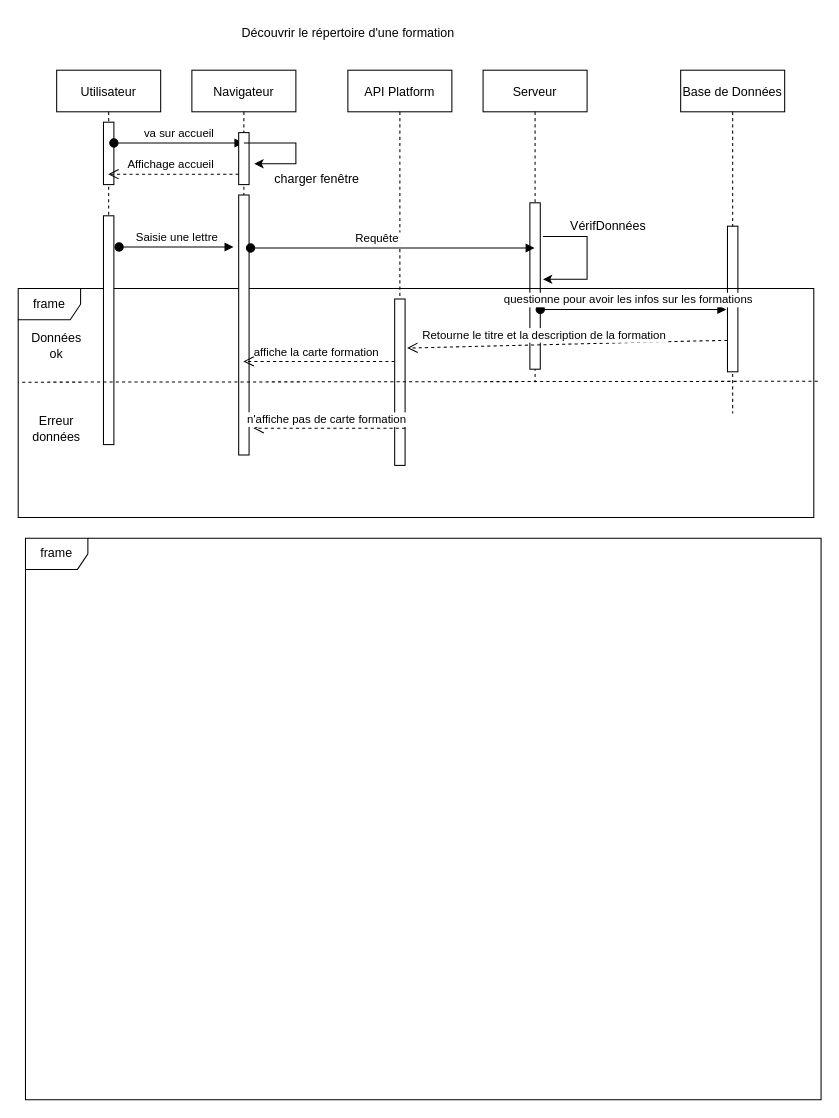
This is diagramme_uml/Sequence Diagram.drawio from cyrisa02/PlanetBody, a draw.io file, before an edit. Source tidied: cells renumbered, new cells numbered last; positions are measured from the earlier drawing's top-left corner, leaving out a move shared by most shapes. Both pictures are drawn from the tidied source at 104%, with x=0, y=0 at pixel (18, 18).
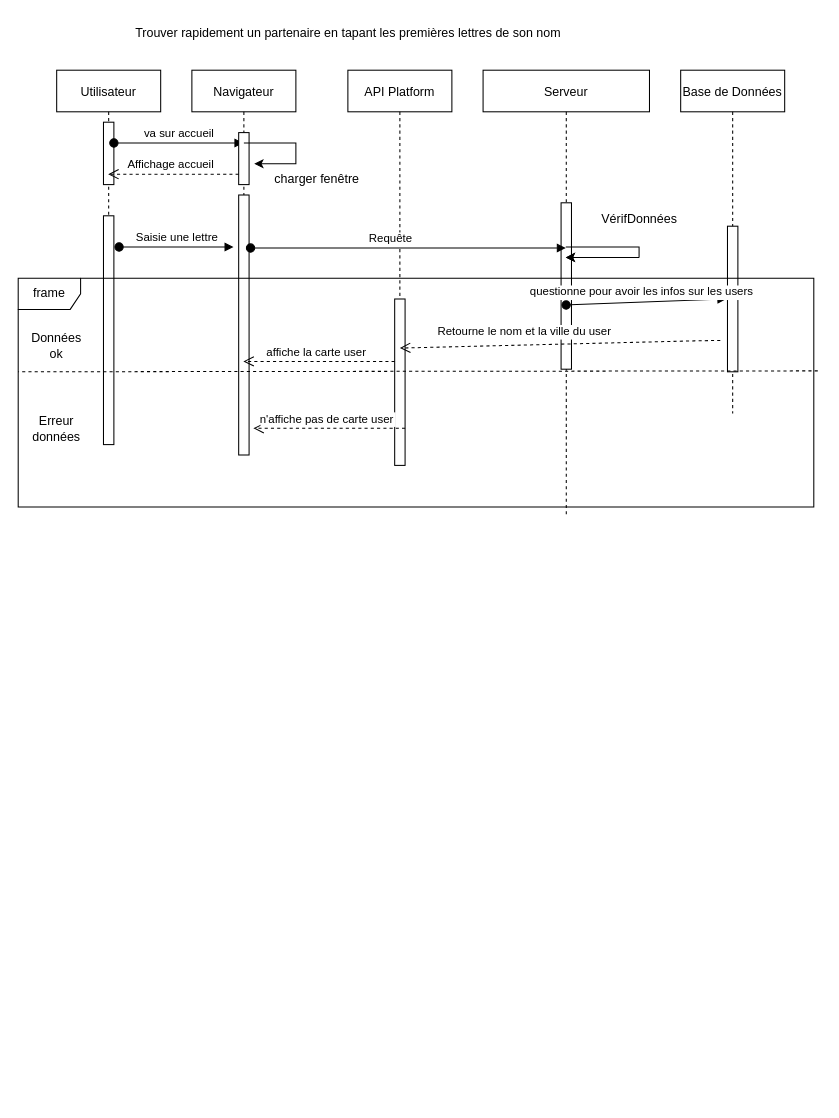
After the change.

Commit message:
Mettre à jour Sequence Diagram.drawio

Unchanged cells that the change refers to:
```xml
<mxCell id="6" value="Base de Données" style="shape=umlLifeline;perimeter=lifelinePerimeter;rounded=0;shadow=0;strokeWidth=1;" parent="1" vertex="1">
  <mxGeometry x="637" y="50" width="100" height="330" as="geometry" />
</mxCell>
<mxCell id="15" value="Navigateur" style="shape=umlLifeline;perimeter=lifelinePerimeter;rounded=0;shadow=0;strokeWidth=1;" parent="1" vertex="1">
  <mxGeometry x="167" y="50" width="100" height="370" as="geometry" />
</mxCell>
<mxCell id="23" style="points=[];perimeter=orthogonalPerimeter;rounded=0;shadow=0;strokeWidth=1;" parent="22" vertex="1">
  <mxGeometry x="45" y="220" width="10" height="160" as="geometry" />
</mxCell>
```

Change to the diagram source:
```diff
@@
-    <mxCell id="2" value="frame" style="shape=umlFrame;whiteSpace=wrap;html=1;" parent="1" vertex="1">
-      <mxGeometry x="7" y="500" width="765" height="540" as="geometry" />
-    </mxCell>
     <mxCell id="3" value="Serveur" style="shape=umlLifeline;perimeter=lifelinePerimeter;rounded=0;shadow=0;strokeWidth=1;" parent="1" vertex="1">
-      <mxGeometry x="447" y="50" width="100" height="300" as="geometry" />
+      <mxGeometry x="447" y="50" width="160" height="430" as="geometry" />
     </mxCell>
     <mxCell id="4" style="points=[];perimeter=orthogonalPerimeter;rounded=0;shadow=0;strokeWidth=1;" parent="3" vertex="1">
-      <mxGeometry x="45" y="127.5" width="10" height="160" as="geometry" />
+      <mxGeometry x="75" y="127.5" width="10" height="160" as="geometry" />
     </mxCell>
-    <mxCell id="5" style="endArrow=classic;html=1;rounded=0;endFill=1;exitX=1.253;exitY=0.202;exitDx=0;exitDy=0;exitPerimeter=0;entryX=1.253;entryY=0.46;entryDx=0;entryDy=0;entryPerimeter=0;" parent="3" edge="1" source="4" target="4">
-      <mxGeometry relative="1" as="geometry">
-        <Array as="points">
-          <mxPoint x="100" y="160" />
-          <mxPoint x="100" y="201" />
-        </Array>
-      </mxGeometry>
-    </mxCell>
+    <mxCell id="26" value="VérifDonnées" style="text;html=1;align=center;verticalAlign=middle;strokeColor=none;fillColor=none;" parent="3" vertex="1">
+      <mxGeometry x="100" y="127.5" width="100" height="30" as="geometry" />
+    </mxCell>
@@
-    <mxCell id="8" value="questionne pour avoir les infos sur les formations" style="verticalAlign=bottom;startArrow=oval;endArrow=block;startSize=8;shadow=0;strokeWidth=1;exitX=1.211;exitY=0.533;exitDx=0;exitDy=0;exitPerimeter=0;entryX=0.89;entryY=0.091;entryDx=0;entryDy=0;entryPerimeter=0;" parent="6" edge="1" target="10">
-      <mxGeometry x="-0.05" y="1" relative="1" as="geometry">
-        <mxPoint x="-135" y="230" as="sourcePoint" />
-      </mxGeometry>
-    </mxCell>
-    <mxCell id="9" value="Retourne le titre et la description de la formation" style="verticalAlign=bottom;endArrow=open;dashed=1;endSize=8;exitX=0;exitY=0.95;shadow=0;strokeWidth=1;entryX=1.194;entryY=0.295;entryDx=0;entryDy=0;entryPerimeter=0;" parent="6" edge="1" target="23">
-      <mxGeometry x="0.14" relative="1" as="geometry">
-        <mxPoint x="45" y="260" as="sourcePoint" />
-        <Array as="points">
-          <mxPoint x="30" y="260" />
-        </Array>
-      </mxGeometry>
-    </mxCell>
-    <mxCell id="10" value="frame" style="shape=umlFrame;whiteSpace=wrap;html=1;" parent="1" vertex="1">
-      <mxGeometry y="260" width="765" height="220" as="geometry" />
-    </mxCell>
@@
-    <mxCell id="20" value="Découvrir le répertoire d'une formation" style="text;html=1;align=center;verticalAlign=middle;strokeColor=none;fillColor=none;" parent="1" vertex="1">
-      <mxGeometry x="202" width="230" height="30" as="geometry" />
+    <mxCell id="20" value="Trouver rapidement un partenaire en tapant les premières lettres de son nom" style="text;html=1;align=center;verticalAlign=middle;strokeColor=none;fillColor=none;" parent="1" vertex="1">
+      <mxGeometry x="102" width="430" height="30" as="geometry" />
     </mxCell>
@@
-    <mxCell id="26" value="VérifDonnées" style="text;html=1;align=center;verticalAlign=middle;strokeColor=none;fillColor=none;" parent="1" vertex="1">
-      <mxGeometry x="517" y="185" width="100" height="30" as="geometry" />
-    </mxCell>
-    <mxCell id="27" value="affiche la carte formation" style="verticalAlign=bottom;endArrow=open;dashed=1;endSize=8;exitX=0;exitY=0.95;shadow=0;strokeWidth=1;" parent="1" edge="1" target="15">
+    <mxCell id="27" value="affiche la carte user" style="verticalAlign=bottom;endArrow=open;dashed=1;endSize=8;exitX=0;exitY=0.95;shadow=0;strokeWidth=1;" parent="1" edge="1" target="15">
       <mxGeometry x="0.03" relative="1" as="geometry">
         <mxPoint x="362" y="330" as="sourcePoint" />
         <Array as="points">
           <mxPoint x="347" y="330" />
         </Array>
       </mxGeometry>
     </mxCell>
-    <mxCell id="28" style="endArrow=none;dashed=1;html=1;rounded=0;entryX=0;entryY=0.409;entryDx=0;entryDy=0;entryPerimeter=0;exitX=1.005;exitY=0.405;exitDx=0;exitDy=0;exitPerimeter=0;" parent="1" edge="1" source="10" target="10">
-      <mxGeometry relative="1" as="geometry" />
-    </mxCell>
@@
-    <mxCell id="31" value="n'affiche pas de carte formation" style="verticalAlign=bottom;endArrow=open;dashed=1;endSize=8;exitX=0;exitY=0.95;shadow=0;strokeWidth=1;" parent="1" edge="1">
+    <mxCell id="31" value="n'affiche pas de carte user" style="verticalAlign=bottom;endArrow=open;dashed=1;endSize=8;exitX=0;exitY=0.95;shadow=0;strokeWidth=1;" parent="1" edge="1">
       <mxGeometry x="0.03" relative="1" as="geometry">
         <mxPoint x="372" y="394.3" as="sourcePoint" />
         <mxPoint x="226.1" y="394.3" as="targetPoint" />
         <Array as="points">
           <mxPoint x="357" y="394.3" />
         </Array>
       </mxGeometry>
     </mxCell>
+    <mxCell id="10" value="frame" style="shape=umlFrame;whiteSpace=wrap;html=1;" parent="1" vertex="1">
+      <mxGeometry y="250" width="765" height="220" as="geometry" />
+    </mxCell>
+    <mxCell id="28" style="endArrow=none;dashed=1;html=1;rounded=0;entryX=0;entryY=0.409;entryDx=0;entryDy=0;entryPerimeter=0;exitX=1.005;exitY=0.405;exitDx=0;exitDy=0;exitPerimeter=0;" parent="1" edge="1" source="10" target="10">
+      <mxGeometry relative="1" as="geometry" />
+    </mxCell>
+    <mxCell id="32" style="endArrow=none;html=1;rounded=0;" parent="1" edge="1" target="3">
+      <mxGeometry relative="1" as="geometry">
+        <mxPoint x="597" y="230" as="sourcePoint" />
+        <Array as="points">
+          <mxPoint x="597" y="220" />
+        </Array>
+      </mxGeometry>
+    </mxCell>
+    <mxCell id="33" style="endArrow=classic;html=1;rounded=0;" parent="1" edge="1" target="3">
+      <mxGeometry relative="1" as="geometry">
+        <mxPoint x="597" y="230" as="sourcePoint" />
+        <Array as="points">
+          <mxPoint x="597" y="230" />
+        </Array>
+      </mxGeometry>
+    </mxCell>
+    <mxCell id="34" style="endArrow=classic;html=1;rounded=0;" parent="1" edge="1" target="3">
+      <mxGeometry relative="1" as="geometry">
+        <mxPoint x="597" y="230" as="sourcePoint" />
+        <Array as="points">
+          <mxPoint x="597" y="230" />
+          <mxPoint x="577" y="230" />
+        </Array>
+      </mxGeometry>
+    </mxCell>
+    <mxCell id="8" value="questionne pour avoir les infos sur les users" style="verticalAlign=bottom;startArrow=oval;endArrow=block;startSize=8;shadow=0;strokeWidth=1;entryX=0.89;entryY=0.091;entryDx=0;entryDy=0;entryPerimeter=0;exitX=0.499;exitY=0.525;exitDx=0;exitDy=0;exitPerimeter=0;" parent="1" edge="1" source="3" target="10">
+      <mxGeometry x="-0.05" y="1" relative="1" as="geometry" />
+    </mxCell>
+    <mxCell id="9" value="Retourne le nom et la ville du user" style="verticalAlign=bottom;endArrow=open;dashed=1;endSize=8;exitX=0;exitY=0.95;shadow=0;strokeWidth=1;entryX=1.194;entryY=0.295;entryDx=0;entryDy=0;entryPerimeter=0;" parent="1" edge="1">
+      <mxGeometry x="0.22" y="-4" relative="1" as="geometry">
+        <mxPoint x="675.1" y="310" as="sourcePoint" />
+        <mxPoint x="367" y="317.2" as="targetPoint" />
+        <Array as="points">
+          <mxPoint x="660.1" y="310" />
+        </Array>
+      </mxGeometry>
+    </mxCell>
```
